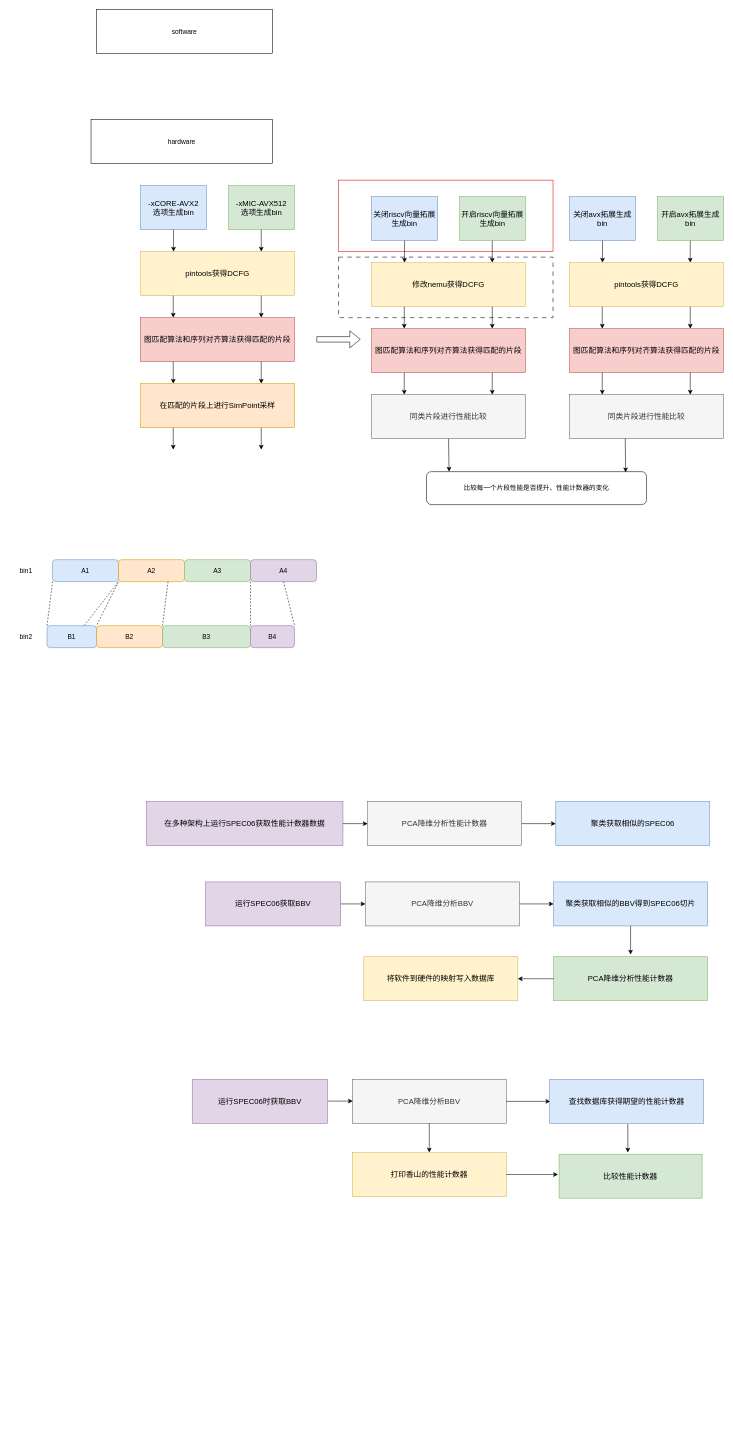
Earlier version of the draw.io diagram 1.drawio (Ziyue-Zhang/apicture). Source tidied: cells renumbered, new cells numbered last; positions are measured from the earlier drawing's top-left corner, leaving out a move shared by most shapes. Both pictures are drawn from the tidied source at 55%, with x=0, y=0 at pixel (9, 9).
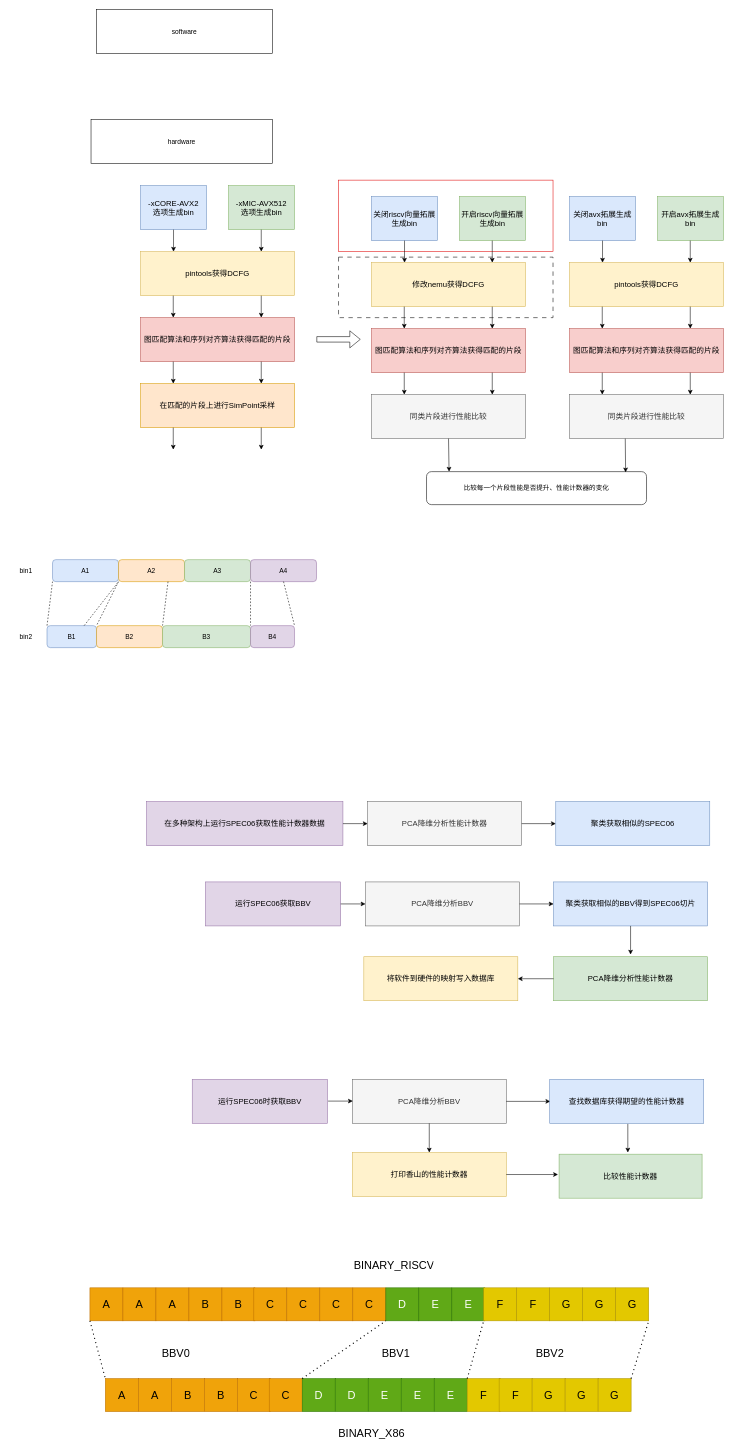
The same page after the edit.

What changed in the source:
```diff
@@
+    <mxCell id="85" value="&lt;font style=&quot;font-size: 20px;&quot;&gt;A&lt;/font&gt;" style="rounded=0;whiteSpace=wrap;html=1;fillColor=#f0a30a;fontColor=#000000;strokeColor=#BD7000;" parent="1" vertex="1">
+      <mxGeometry x="146" y="2324" width="60" height="60" as="geometry" />
+    </mxCell>
+    <mxCell id="86" value="&lt;font style=&quot;font-size: 20px;&quot;&gt;A&lt;/font&gt;" style="rounded=0;whiteSpace=wrap;html=1;fillColor=#f0a30a;fontColor=#000000;strokeColor=#BD7000;" parent="1" vertex="1">
+      <mxGeometry x="206" y="2324" width="60" height="60" as="geometry" />
+    </mxCell>
+    <mxCell id="87" value="&lt;font style=&quot;font-size: 20px;&quot;&gt;A&lt;/font&gt;" style="rounded=0;whiteSpace=wrap;html=1;fillColor=#f0a30a;fontColor=#000000;strokeColor=#BD7000;" parent="1" vertex="1">
+      <mxGeometry x="266" y="2324" width="60" height="60" as="geometry" />
+    </mxCell>
+    <mxCell id="88" value="&lt;font style=&quot;font-size: 20px;&quot;&gt;B&lt;/font&gt;" style="rounded=0;whiteSpace=wrap;html=1;fillColor=#f0a30a;fontColor=#000000;strokeColor=#BD7000;" parent="1" vertex="1">
+      <mxGeometry x="326" y="2324" width="60" height="60" as="geometry" />
+    </mxCell>
+    <mxCell id="89" value="&lt;font style=&quot;font-size: 20px;&quot;&gt;B&lt;/font&gt;" style="rounded=0;whiteSpace=wrap;html=1;fillColor=#f0a30a;fontColor=#000000;strokeColor=#BD7000;" parent="1" vertex="1">
+      <mxGeometry x="386" y="2324" width="60" height="60" as="geometry" />
+    </mxCell>
+    <mxCell id="90" value="&lt;font style=&quot;font-size: 20px;&quot;&gt;C&lt;/font&gt;" style="rounded=0;whiteSpace=wrap;html=1;fillColor=#f0a30a;fontColor=#000000;strokeColor=#BD7000;" parent="1" vertex="1">
+      <mxGeometry x="444" y="2324" width="60" height="60" as="geometry" />
+    </mxCell>
+    <mxCell id="91" value="&lt;font style=&quot;font-size: 20px;&quot;&gt;C&lt;/font&gt;" style="rounded=0;whiteSpace=wrap;html=1;fillColor=#f0a30a;fontColor=#000000;strokeColor=#BD7000;" parent="1" vertex="1">
+      <mxGeometry x="504" y="2324" width="60" height="60" as="geometry" />
+    </mxCell>
+    <mxCell id="92" value="&lt;font style=&quot;font-size: 20px;&quot;&gt;C&lt;/font&gt;" style="rounded=0;whiteSpace=wrap;html=1;fillColor=#f0a30a;fontColor=#000000;strokeColor=#BD7000;" parent="1" vertex="1">
+      <mxGeometry x="564" y="2324" width="60" height="60" as="geometry" />
+    </mxCell>
+    <mxCell id="93" value="&lt;font style=&quot;font-size: 20px;&quot;&gt;C&lt;/font&gt;" style="rounded=0;whiteSpace=wrap;html=1;fillColor=#f0a30a;fontColor=#000000;strokeColor=#BD7000;" parent="1" vertex="1">
+      <mxGeometry x="624" y="2324" width="60" height="60" as="geometry" />
+    </mxCell>
+    <mxCell id="94" value="&lt;font style=&quot;font-size: 20px;&quot;&gt;D&lt;/font&gt;" style="rounded=0;whiteSpace=wrap;html=1;fillColor=#60a917;fontColor=#ffffff;strokeColor=#2D7600;" parent="1" vertex="1">
+      <mxGeometry x="684" y="2324" width="60" height="60" as="geometry" />
+    </mxCell>
+    <mxCell id="95" value="&lt;font style=&quot;font-size: 20px;&quot;&gt;E&lt;/font&gt;" style="rounded=0;whiteSpace=wrap;html=1;fillColor=#60a917;fontColor=#ffffff;strokeColor=#2D7600;" parent="1" vertex="1">
+      <mxGeometry x="744" y="2324" width="60" height="60" as="geometry" />
+    </mxCell>
+    <mxCell id="96" value="&lt;font style=&quot;font-size: 20px;&quot;&gt;E&lt;/font&gt;" style="rounded=0;whiteSpace=wrap;html=1;fillColor=#60a917;fontColor=#ffffff;strokeColor=#2D7600;" parent="1" vertex="1">
+      <mxGeometry x="804" y="2324" width="60" height="60" as="geometry" />
+    </mxCell>
+    <mxCell id="97" value="&lt;font style=&quot;font-size: 20px;&quot;&gt;F&lt;/font&gt;" style="rounded=0;whiteSpace=wrap;html=1;fillColor=#e3c800;fontColor=#000000;strokeColor=#B09500;" parent="1" vertex="1">
+      <mxGeometry x="862" y="2324" width="60" height="60" as="geometry" />
+    </mxCell>
+    <mxCell id="98" value="&lt;font style=&quot;font-size: 20px;&quot;&gt;F&lt;/font&gt;" style="rounded=0;whiteSpace=wrap;html=1;fillColor=#e3c800;fontColor=#000000;strokeColor=#B09500;" parent="1" vertex="1">
+      <mxGeometry x="922" y="2324" width="60" height="60" as="geometry" />
+    </mxCell>
+    <mxCell id="99" value="&lt;font style=&quot;font-size: 20px;&quot;&gt;G&lt;/font&gt;" style="rounded=0;whiteSpace=wrap;html=1;fillColor=#e3c800;fontColor=#000000;strokeColor=#B09500;" parent="1" vertex="1">
+      <mxGeometry x="982" y="2324" width="60" height="60" as="geometry" />
+    </mxCell>
+    <mxCell id="100" value="&lt;font style=&quot;font-size: 20px;&quot;&gt;G&lt;/font&gt;" style="rounded=0;whiteSpace=wrap;html=1;fillColor=#e3c800;fontColor=#000000;strokeColor=#B09500;" parent="1" vertex="1">
+      <mxGeometry x="1042" y="2324" width="60" height="60" as="geometry" />
+    </mxCell>
+    <mxCell id="101" value="&lt;font style=&quot;font-size: 20px;&quot;&gt;G&lt;/font&gt;" style="rounded=0;whiteSpace=wrap;html=1;fillColor=#e3c800;fontColor=#000000;strokeColor=#B09500;" parent="1" vertex="1">
+      <mxGeometry x="1102" y="2324" width="60" height="60" as="geometry" />
+    </mxCell>
+    <mxCell id="102" value="&lt;font style=&quot;font-size: 20px;&quot;&gt;A&lt;/font&gt;" style="rounded=0;whiteSpace=wrap;html=1;fillColor=#f0a30a;fontColor=#000000;strokeColor=#BD7000;" parent="1" vertex="1">
+      <mxGeometry x="174" y="2489" width="60" height="60" as="geometry" />
+    </mxCell>
+    <mxCell id="103" value="&lt;font style=&quot;font-size: 20px;&quot;&gt;A&lt;/font&gt;" style="rounded=0;whiteSpace=wrap;html=1;fillColor=#f0a30a;fontColor=#000000;strokeColor=#BD7000;" parent="1" vertex="1">
+      <mxGeometry x="234" y="2489" width="60" height="60" as="geometry" />
+    </mxCell>
+    <mxCell id="104" value="&lt;font style=&quot;font-size: 20px;&quot;&gt;B&lt;/font&gt;" style="rounded=0;whiteSpace=wrap;html=1;fillColor=#f0a30a;fontColor=#000000;strokeColor=#BD7000;" parent="1" vertex="1">
+      <mxGeometry x="294" y="2489" width="60" height="60" as="geometry" />
+    </mxCell>
+    <mxCell id="105" value="&lt;font style=&quot;font-size: 20px;&quot;&gt;B&lt;/font&gt;" style="rounded=0;whiteSpace=wrap;html=1;fillColor=#f0a30a;fontColor=#000000;strokeColor=#BD7000;" parent="1" vertex="1">
+      <mxGeometry x="354" y="2489" width="60" height="60" as="geometry" />
+    </mxCell>
+    <mxCell id="106" value="&lt;span style=&quot;font-size: 20px;&quot;&gt;C&lt;/span&gt;" style="rounded=0;whiteSpace=wrap;html=1;fillColor=#f0a30a;fontColor=#000000;strokeColor=#BD7000;" parent="1" vertex="1">
+      <mxGeometry x="414" y="2489" width="60" height="60" as="geometry" />
+    </mxCell>
+    <mxCell id="107" value="&lt;font style=&quot;font-size: 20px;&quot;&gt;C&lt;/font&gt;" style="rounded=0;whiteSpace=wrap;html=1;fillColor=#f0a30a;fontColor=#000000;strokeColor=#BD7000;" parent="1" vertex="1">
+      <mxGeometry x="472" y="2489" width="60" height="60" as="geometry" />
+    </mxCell>
+    <mxCell id="108" value="&lt;font style=&quot;font-size: 20px;&quot;&gt;D&lt;/font&gt;" style="rounded=0;whiteSpace=wrap;html=1;fillColor=#60a917;fontColor=#ffffff;strokeColor=#2D7600;" parent="1" vertex="1">
+      <mxGeometry x="532" y="2489" width="60" height="60" as="geometry" />
+    </mxCell>
+    <mxCell id="109" value="&lt;font style=&quot;font-size: 20px;&quot;&gt;D&lt;/font&gt;" style="rounded=0;whiteSpace=wrap;html=1;fillColor=#60a917;fontColor=#ffffff;strokeColor=#2D7600;" parent="1" vertex="1">
+      <mxGeometry x="592" y="2489" width="60" height="60" as="geometry" />
+    </mxCell>
+    <mxCell id="110" value="&lt;font style=&quot;font-size: 20px;&quot;&gt;E&lt;/font&gt;" style="rounded=0;whiteSpace=wrap;html=1;fillColor=#60a917;fontColor=#ffffff;strokeColor=#2D7600;" parent="1" vertex="1">
+      <mxGeometry x="652" y="2489" width="60" height="60" as="geometry" />
+    </mxCell>
+    <mxCell id="111" value="&lt;font style=&quot;font-size: 20px;&quot;&gt;E&lt;/font&gt;" style="rounded=0;whiteSpace=wrap;html=1;fillColor=#60a917;fontColor=#ffffff;strokeColor=#2D7600;" parent="1" vertex="1">
+      <mxGeometry x="712" y="2489" width="60" height="60" as="geometry" />
+    </mxCell>
+    <mxCell id="112" value="&lt;font style=&quot;font-size: 20px;&quot;&gt;E&lt;/font&gt;" style="rounded=0;whiteSpace=wrap;html=1;fillColor=#60a917;fontColor=#ffffff;strokeColor=#2D7600;" parent="1" vertex="1">
+      <mxGeometry x="772" y="2489" width="60" height="60" as="geometry" />
+    </mxCell>
+    <mxCell id="113" value="&lt;font style=&quot;font-size: 20px;&quot;&gt;F&lt;/font&gt;" style="rounded=0;whiteSpace=wrap;html=1;fillColor=#e3c800;fontColor=#000000;strokeColor=#B09500;" parent="1" vertex="1">
+      <mxGeometry x="832" y="2489" width="60" height="60" as="geometry" />
+    </mxCell>
+    <mxCell id="114" value="&lt;font style=&quot;font-size: 20px;&quot;&gt;F&lt;/font&gt;" style="rounded=0;whiteSpace=wrap;html=1;fillColor=#e3c800;fontColor=#000000;strokeColor=#B09500;" parent="1" vertex="1">
+      <mxGeometry x="890" y="2489" width="60" height="60" as="geometry" />
+    </mxCell>
+    <mxCell id="115" value="&lt;font style=&quot;font-size: 20px;&quot;&gt;G&lt;/font&gt;" style="rounded=0;whiteSpace=wrap;html=1;fillColor=#e3c800;fontColor=#000000;strokeColor=#B09500;" parent="1" vertex="1">
+      <mxGeometry x="950" y="2489" width="60" height="60" as="geometry" />
+    </mxCell>
+    <mxCell id="116" value="&lt;font style=&quot;font-size: 20px;&quot;&gt;G&lt;/font&gt;" style="rounded=0;whiteSpace=wrap;html=1;fillColor=#e3c800;fontColor=#000000;strokeColor=#B09500;" parent="1" vertex="1">
+      <mxGeometry x="1010" y="2489" width="60" height="60" as="geometry" />
+    </mxCell>
+    <mxCell id="117" value="&lt;font style=&quot;font-size: 20px;&quot;&gt;G&lt;/font&gt;" style="rounded=0;whiteSpace=wrap;html=1;fillColor=#e3c800;fontColor=#000000;strokeColor=#B09500;" parent="1" vertex="1">
+      <mxGeometry x="1070" y="2489" width="60" height="60" as="geometry" />
+    </mxCell>
+    <mxCell id="118" style="endArrow=none;dashed=1;html=1;dashPattern=1 3;strokeWidth=2;rounded=0;exitX=0;exitY=1;exitDx=0;exitDy=0;entryX=0;entryY=0;entryDx=0;entryDy=0;" parent="1" edge="1" source="85" target="102">
+      <mxGeometry relative="1" as="geometry" />
+    </mxCell>
+    <mxCell id="119" style="endArrow=none;dashed=1;html=1;dashPattern=1 3;strokeWidth=2;rounded=0;exitX=1;exitY=0;exitDx=0;exitDy=0;entryX=0;entryY=1;entryDx=0;entryDy=0;" parent="1" edge="1" source="107" target="94">
+      <mxGeometry relative="1" as="geometry" />
+    </mxCell>
+    <mxCell id="120" style="endArrow=none;dashed=1;html=1;dashPattern=1 3;strokeWidth=2;rounded=0;exitX=1;exitY=0;exitDx=0;exitDy=0;entryX=0;entryY=1;entryDx=0;entryDy=0;" parent="1" edge="1" source="112" target="97">
+      <mxGeometry relative="1" as="geometry" />
+    </mxCell>
+    <mxCell id="121" style="endArrow=none;dashed=1;html=1;dashPattern=1 3;strokeWidth=2;rounded=0;exitX=1;exitY=0;exitDx=0;exitDy=0;entryX=1;entryY=1;entryDx=0;entryDy=0;" parent="1" edge="1" source="117" target="101">
+      <mxGeometry relative="1" as="geometry" />
+    </mxCell>
+    <mxCell id="122" value="&lt;font style=&quot;font-size: 20px;&quot;&gt;BBV0&lt;/font&gt;" style="text;strokeColor=none;fillColor=none;align=left;verticalAlign=middle;spacingLeft=4;spacingRight=4;overflow=hidden;whiteSpace=wrap;html=1;" parent="1" vertex="1">
+      <mxGeometry x="271" y="2418" width="113" height="49" as="geometry" />
+    </mxCell>
+    <mxCell id="123" value="&lt;font style=&quot;font-size: 20px;&quot;&gt;BBV1&lt;/font&gt;" style="text;strokeColor=none;fillColor=none;align=left;verticalAlign=middle;spacingLeft=4;spacingRight=4;overflow=hidden;whiteSpace=wrap;html=1;" parent="1" vertex="1">
+      <mxGeometry x="671" y="2418" width="113" height="49" as="geometry" />
+    </mxCell>
+    <mxCell id="124" value="&lt;font style=&quot;font-size: 20px;&quot;&gt;BBV2&lt;/font&gt;" style="text;strokeColor=none;fillColor=none;align=left;verticalAlign=middle;spacingLeft=4;spacingRight=4;overflow=hidden;whiteSpace=wrap;html=1;" parent="1" vertex="1">
+      <mxGeometry x="951" y="2418" width="113" height="49" as="geometry" />
+    </mxCell>
+    <mxCell id="125" value="&lt;font style=&quot;font-size: 20px;&quot;&gt;BINARY_RISCV&lt;/font&gt;" style="text;strokeColor=none;fillColor=none;align=left;verticalAlign=middle;spacingLeft=4;spacingRight=4;overflow=hidden;whiteSpace=wrap;html=1;" parent="1" vertex="1">
+      <mxGeometry x="620" y="2261" width="155" height="44" as="geometry" />
+    </mxCell>
+    <mxCell id="126" value="&lt;font style=&quot;font-size: 20px;&quot;&gt;BINARY_X86&lt;/font&gt;" style="text;strokeColor=none;fillColor=none;align=left;verticalAlign=middle;spacingLeft=4;spacingRight=4;overflow=hidden;whiteSpace=wrap;html=1;" parent="1" vertex="1">
+      <mxGeometry x="592" y="2565" width="155" height="44" as="geometry" />
+    </mxCell>
```
